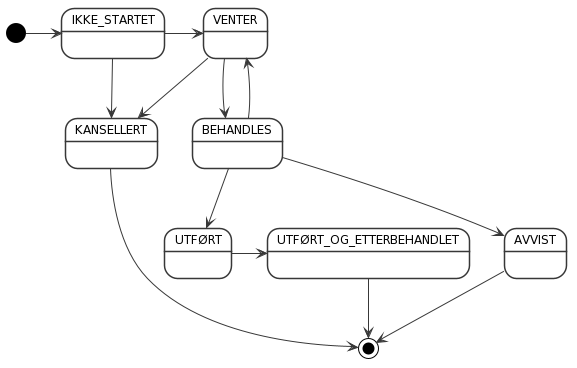
Before: assets/tilstandsdiagram_endringssett.png, a diagram exported from PlantUML (nvdb-vegdata/apiskrivdokumentasjon). Source of this version:
```plantuml
@startuml
skinparam shadowing false
skinparam monochrome true
skinparam StateBackgroundColor #ffffff
skinparam StateFontSize 12


[*] -> IKKE_STARTET
IKKE_STARTET -> VENTER
IKKE_STARTET --> KANSELLERT
BEHANDLES --> VENTER
VENTER --> KANSELLERT
VENTER --> BEHANDLES
BEHANDLES --> UTFØRT
UTFØRT -> UTFØRT_OG_ETTERBEHANDLET
UTFØRT_OG_ETTERBEHANDLET --> [*]
BEHANDLES --> AVVIST
AVVIST --> [*]
KANSELLERT --> [*]
@enduml
```
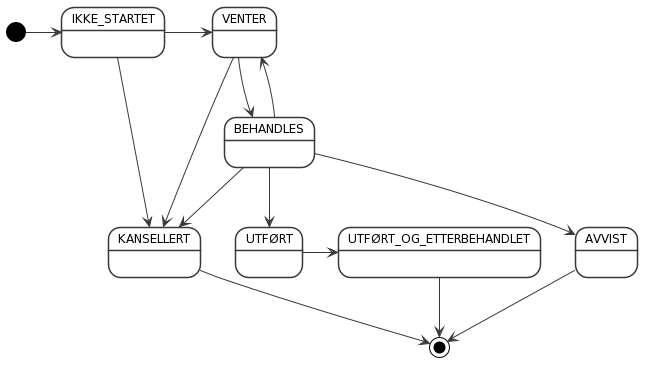
The same diagram one commit later.

Commit message:
NVDB-5679: Updated state diagram for changesets

The edit, as a diff of the source:
```diff
@@ -1,4 +1,5 @@
 @startuml
+
 skinparam shadowing false
 skinparam monochrome true
 skinparam StateBackgroundColor #ffffff
@@ -11,6 +12,7 @@
 BEHANDLES --> VENTER
 VENTER --> KANSELLERT
 VENTER --> BEHANDLES
+BEHANDLES --> KANSELLERT
 BEHANDLES --> UTFØRT
 UTFØRT -> UTFØRT_OG_ETTERBEHANDLET
 UTFØRT_OG_ETTERBEHANDLET --> [*]
```
